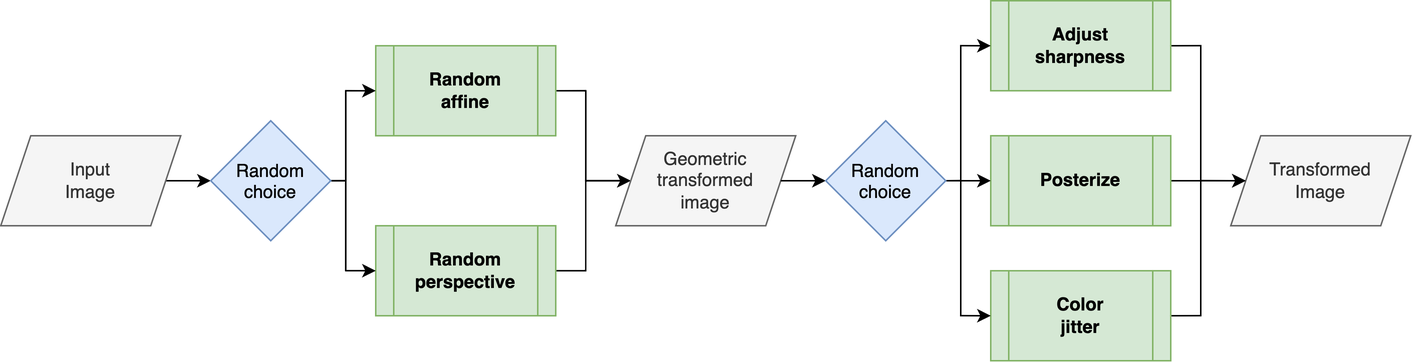
Above: images/data_augmentation.drawio.png in gianlucagiudice/MasterThesis-logo_detection_recognition (draw.io), before the change. Source tidied: cells renumbered, new cells last; positions are measured from the earlier drawing's top-left corner, leaving out a move shared by most shapes.
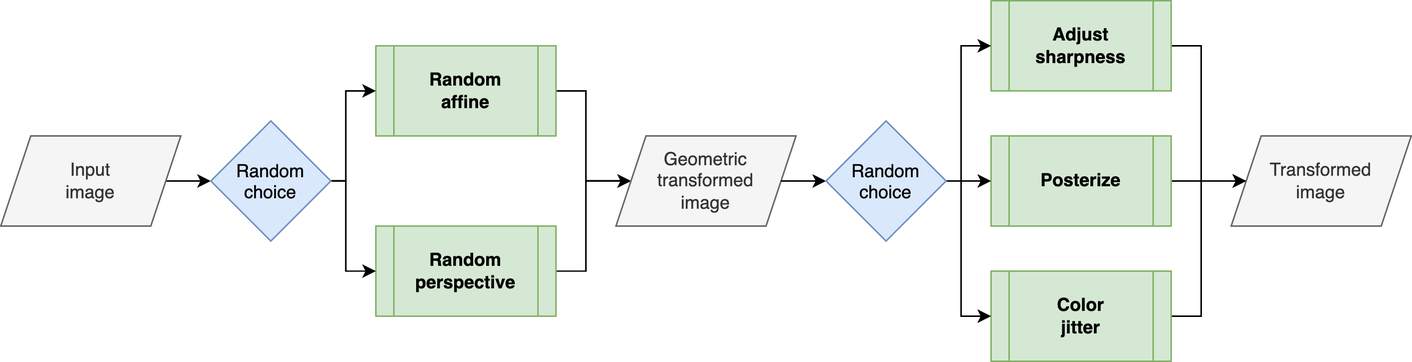
The same diagram one commit later.

Diff of the diagram source:
```diff
@@ -5,10 +5,10 @@
     <mxCell id="2" style="edgeStyle=orthogonalEdgeStyle;rounded=0;jettySize=auto;html=1;exitX=1;exitY=0.5;exitDx=0;exitDy=0;entryX=0;entryY=0.5;entryDx=0;entryDy=0;" parent="1" edge="1" source="3" target="17">
       <mxGeometry relative="1" as="geometry" />
     </mxCell>
-    <mxCell id="3" value="Input&lt;br&gt;Image" style="shape=parallelogram;perimeter=parallelogramPerimeter;whiteSpace=wrap;html=1;fixedSize=1;fillColor=#f5f5f5;fontColor=#333333;strokeColor=#666666;fontStyle=0;" parent="1" vertex="1">
+    <mxCell id="3" value="Input&lt;br&gt;image" style="shape=parallelogram;perimeter=parallelogramPerimeter;whiteSpace=wrap;html=1;fixedSize=1;fillColor=#f5f5f5;fontColor=#333333;strokeColor=#666666;fontStyle=0;" parent="1" vertex="1">
       <mxGeometry y="90" width="120" height="60" as="geometry" />
     </mxCell>
-    <mxCell id="4" value="Transformed&lt;br&gt;Image" style="shape=parallelogram;perimeter=parallelogramPerimeter;whiteSpace=wrap;html=1;fixedSize=1;fillColor=#f5f5f5;fontColor=#333333;strokeColor=#666666;fontStyle=0;" parent="1" vertex="1">
+    <mxCell id="4" value="Transformed&lt;br&gt;image" style="shape=parallelogram;perimeter=parallelogramPerimeter;whiteSpace=wrap;html=1;fixedSize=1;fillColor=#f5f5f5;fontColor=#333333;strokeColor=#666666;fontStyle=0;" parent="1" vertex="1">
       <mxGeometry x="820" y="90" width="120" height="60" as="geometry" />
     </mxCell>
     <mxCell id="5" style="edgeStyle=orthogonalEdgeStyle;rounded=0;jettySize=auto;html=1;exitX=1;exitY=0.5;exitDx=0;exitDy=0;entryX=0;entryY=0.5;entryDx=0;entryDy=0;" parent="1" edge="1" source="6" target="18">
```
